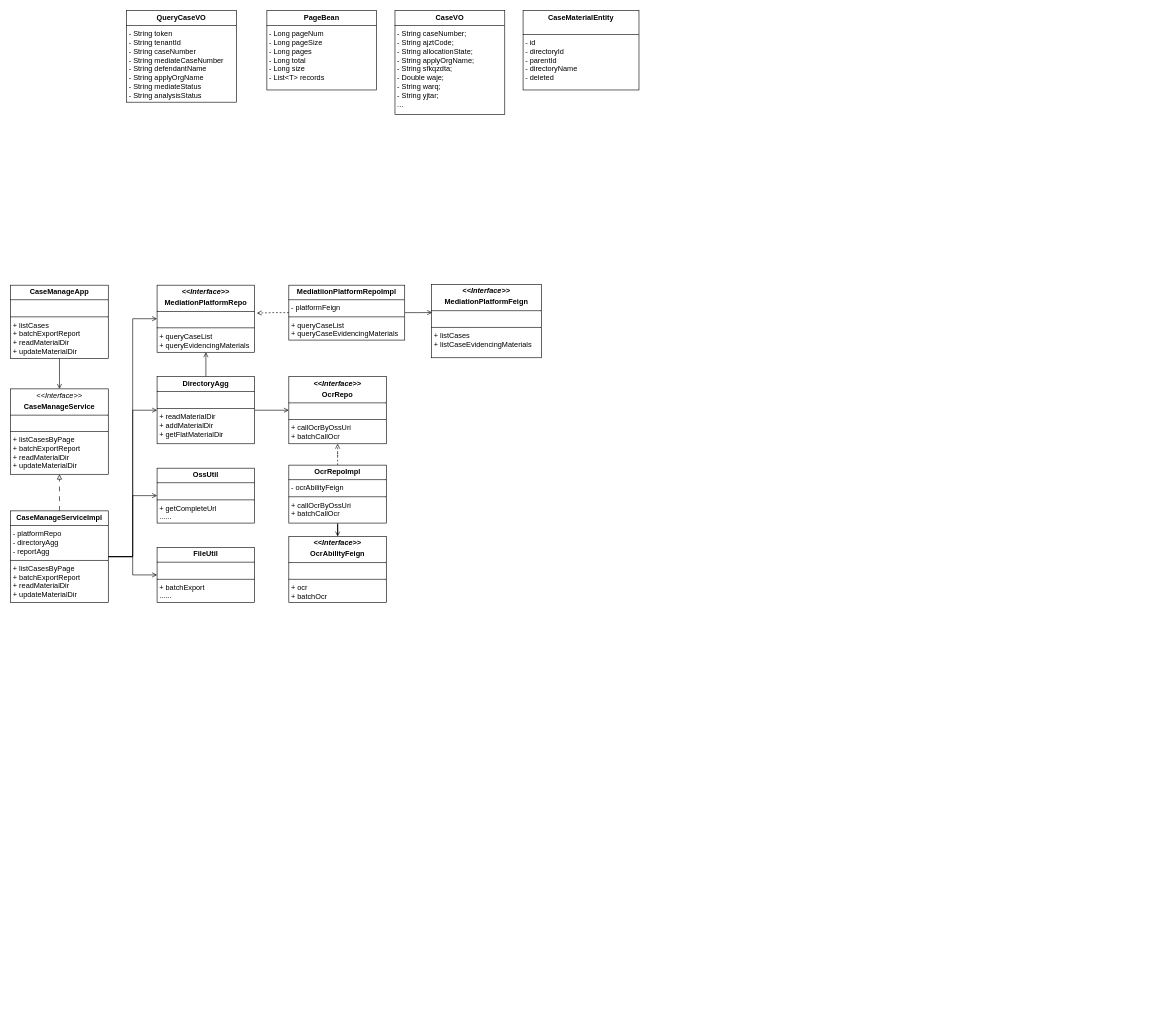
Earlier version of the draw.io diagram 案件管理模块类图.drawio (Lainy0605/graduate). Source tidied: cells renumbered, new cells numbered last; positions are measured from the earlier drawing's top-left corner, leaving out a move shared by most shapes. Both pictures are drawn from the tidied source at 61%, with x=0, y=0 at pixel (10, 10).
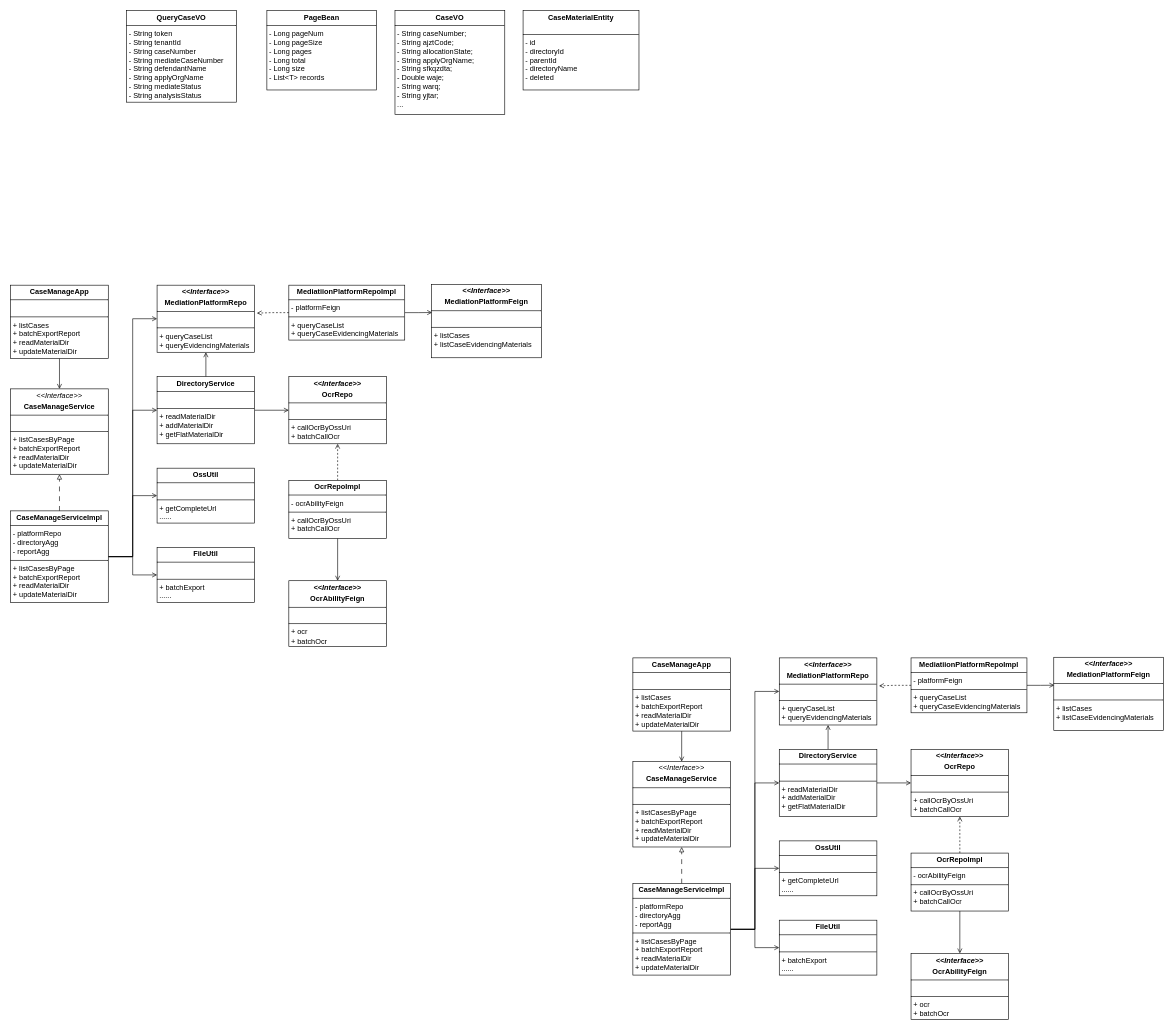
Above is the later version.

Commit message (it also covers changes not shown here):
更新案件管理模块类图.drawio

Diff of the diagram source:
```diff
@@
-    <mxCell id="5" value="&lt;p style=&quot;margin:0px;margin-top:4px;text-align:center;&quot;&gt;&lt;b&gt;DirectoryAgg&lt;/b&gt;&lt;/p&gt;&lt;hr size=&quot;1&quot; style=&quot;border-style:solid;&quot;&gt;&lt;p style=&quot;margin:0px;margin-left:4px;&quot;&gt;&lt;br&gt;&lt;/p&gt;&lt;hr size=&quot;1&quot; style=&quot;border-style:solid;&quot;&gt;&lt;p style=&quot;margin:0px;margin-left:4px;&quot;&gt;+ readMaterialDir&lt;/p&gt;&lt;p style=&quot;margin:0px;margin-left:4px;&quot;&gt;+ addMaterialDir&lt;/p&gt;&lt;p style=&quot;margin:0px;margin-left:4px;&quot;&gt;+ getFlatMaterialDir&lt;/p&gt;" style="verticalAlign=top;align=left;overflow=fill;html=1;whiteSpace=wrap;" parent="1" vertex="1">
+    <mxCell id="5" value="&lt;p style=&quot;margin:0px;margin-top:4px;text-align:center;&quot;&gt;&lt;b&gt;DirectoryService&lt;/b&gt;&lt;/p&gt;&lt;hr size=&quot;1&quot; style=&quot;border-style:solid;&quot;&gt;&lt;p style=&quot;margin:0px;margin-left:4px;&quot;&gt;&lt;br&gt;&lt;/p&gt;&lt;hr size=&quot;1&quot; style=&quot;border-style:solid;&quot;&gt;&lt;p style=&quot;margin:0px;margin-left:4px;&quot;&gt;+ readMaterialDir&lt;/p&gt;&lt;p style=&quot;margin:0px;margin-left:4px;&quot;&gt;+ addMaterialDir&lt;/p&gt;&lt;p style=&quot;margin:0px;margin-left:4px;&quot;&gt;+ getFlatMaterialDir&lt;/p&gt;" style="verticalAlign=top;align=left;overflow=fill;html=1;whiteSpace=wrap;" parent="1" vertex="1">
       <mxGeometry x="240" y="600" width="160" height="110" as="geometry" />
     </mxCell>
@@
     <mxCell id="26" value="&lt;p style=&quot;margin:0px;margin-top:4px;text-align:center;&quot;&gt;&lt;b&gt;&lt;i&gt;&amp;lt;&amp;lt;Interface&amp;gt;&amp;gt;&lt;/i&gt;&lt;/b&gt;&lt;/p&gt;&lt;p style=&quot;margin:0px;margin-top:4px;text-align:center;&quot;&gt;&lt;b style=&quot;background-color: transparent; color: light-dark(rgb(0, 0, 0), rgb(255, 255, 255));&quot;&gt;OcrAbilityFeign&lt;/b&gt;&lt;/p&gt;&lt;hr size=&quot;1&quot; style=&quot;border-style:solid;&quot;&gt;&lt;p style=&quot;margin:0px;margin-left:4px;&quot;&gt;&lt;br&gt;&lt;/p&gt;&lt;hr size=&quot;1&quot; style=&quot;border-style:solid;&quot;&gt;&lt;p style=&quot;margin:0px;margin-left:4px;&quot;&gt;+ ocr&lt;/p&gt;&lt;p style=&quot;margin:0px;margin-left:4px;&quot;&gt;+ batchOcr&lt;/p&gt;" style="verticalAlign=top;align=left;overflow=fill;html=1;whiteSpace=wrap;" parent="1" vertex="1">
-      <mxGeometry x="456" y="862" width="160" height="108" as="geometry" />
+      <mxGeometry x="456" y="934.5" width="160" height="108" as="geometry" />
     </mxCell>
@@
     <mxCell id="29" value="&lt;p style=&quot;margin:0px;margin-top:4px;text-align:center;&quot;&gt;&lt;b style=&quot;background-color: transparent; color: light-dark(rgb(0, 0, 0), rgb(255, 255, 255));&quot;&gt;OcrRepoImpl&lt;/b&gt;&lt;/p&gt;&lt;hr size=&quot;1&quot; style=&quot;border-style:solid;&quot;&gt;&lt;p style=&quot;margin:0px;margin-left:4px;&quot;&gt;- ocrAbilityFeign&lt;/p&gt;&lt;hr size=&quot;1&quot; style=&quot;border-style:solid;&quot;&gt;&lt;p style=&quot;margin:0px;margin-left:4px;&quot;&gt;+ callOcrByOssUri&lt;/p&gt;&lt;p style=&quot;margin:0px;margin-left:4px;&quot;&gt;+ batchCallOcr&lt;/p&gt;" style="verticalAlign=top;align=left;overflow=fill;html=1;whiteSpace=wrap;" parent="1" vertex="1">
-      <mxGeometry x="456" y="745" width="160" height="95" as="geometry" />
+      <mxGeometry x="456" y="770" width="160" height="95" as="geometry" />
     </mxCell>
+    <mxCell id="30" value="&lt;p style=&quot;margin:0px;margin-top:4px;text-align:center;&quot;&gt;&lt;i&gt;&amp;lt;&amp;lt;Interface&amp;gt;&amp;gt;&lt;/i&gt;&lt;b&gt;&lt;/b&gt;&lt;/p&gt;&lt;p style=&quot;margin:0px;margin-top:4px;text-align:center;&quot;&gt;&lt;b&gt;CaseManageService&lt;/b&gt;&lt;/p&gt;&lt;hr size=&quot;1&quot; style=&quot;border-style:solid;&quot;&gt;&lt;p style=&quot;margin:0px;margin-left:4px;&quot;&gt;&lt;br&gt;&lt;/p&gt;&lt;hr size=&quot;1&quot; style=&quot;border-style:solid;&quot;&gt;&lt;p style=&quot;margin:0px;margin-left:4px;&quot;&gt;+ listCasesByPage&lt;/p&gt;&lt;p style=&quot;margin:0px;margin-left:4px;&quot;&gt;+ batchExportReport&lt;/p&gt;&lt;p style=&quot;margin:0px;margin-left:4px;&quot;&gt;+ readMaterialDir&lt;/p&gt;&lt;p style=&quot;margin:0px;margin-left:4px;&quot;&gt;+ updateMaterialDir&lt;/p&gt;" style="verticalAlign=top;align=left;overflow=fill;html=1;whiteSpace=wrap;" parent="1" vertex="1">
+      <mxGeometry x="1020" y="1231" width="160" height="140" as="geometry" />
+    </mxCell>
+    <mxCell id="31" style="edgeStyle=orthogonalEdgeStyle;rounded=0;jettySize=auto;html=1;entryX=0.5;entryY=1;entryDx=0;entryDy=0;endArrow=open;endFill=0;" parent="1" edge="1" source="33" target="46">
+      <mxGeometry relative="1" as="geometry" />
+    </mxCell>
+    <mxCell id="32" style="edgeStyle=orthogonalEdgeStyle;rounded=0;jettySize=auto;html=1;endArrow=open;endFill=0;" parent="1" edge="1" source="33" target="49">
+      <mxGeometry relative="1" as="geometry" />
+    </mxCell>
+    <mxCell id="33" value="&lt;p style=&quot;margin:0px;margin-top:4px;text-align:center;&quot;&gt;&lt;b&gt;DirectoryService&lt;/b&gt;&lt;/p&gt;&lt;hr size=&quot;1&quot; style=&quot;border-style:solid;&quot;&gt;&lt;p style=&quot;margin:0px;margin-left:4px;&quot;&gt;&lt;br&gt;&lt;/p&gt;&lt;hr size=&quot;1&quot; style=&quot;border-style:solid;&quot;&gt;&lt;p style=&quot;margin:0px;margin-left:4px;&quot;&gt;+ readMaterialDir&lt;/p&gt;&lt;p style=&quot;margin:0px;margin-left:4px;&quot;&gt;+ addMaterialDir&lt;/p&gt;&lt;p style=&quot;margin:0px;margin-left:4px;&quot;&gt;+ getFlatMaterialDir&lt;/p&gt;" style="verticalAlign=top;align=left;overflow=fill;html=1;whiteSpace=wrap;" parent="1" vertex="1">
+      <mxGeometry x="1260" y="1211" width="160" height="110" as="geometry" />
+    </mxCell>
+    <mxCell id="34" style="edgeStyle=orthogonalEdgeStyle;rounded=0;jettySize=auto;html=1;endArrow=open;endFill=0;" parent="1" edge="1" source="35" target="30">
+      <mxGeometry relative="1" as="geometry" />
+    </mxCell>
+    <mxCell id="35" value="&lt;p style=&quot;margin:0px;margin-top:4px;text-align:center;&quot;&gt;&lt;b&gt;CaseManageApp&lt;/b&gt;&lt;/p&gt;&lt;hr size=&quot;1&quot; style=&quot;border-style:solid;&quot;&gt;&lt;p style=&quot;margin:0px;margin-left:4px;&quot;&gt;&lt;br&gt;&lt;/p&gt;&lt;hr size=&quot;1&quot; style=&quot;border-style:solid;&quot;&gt;&lt;p style=&quot;margin: 0px 0px 0px 4px;&quot;&gt;+ listCases&lt;/p&gt;&lt;p style=&quot;margin: 0px 0px 0px 4px;&quot;&gt;&lt;span style=&quot;background-color: transparent; color: light-dark(rgb(0, 0, 0), rgb(255, 255, 255));&quot;&gt;+ batchExportReport&lt;/span&gt;&lt;/p&gt;&lt;p style=&quot;margin: 0px 0px 0px 4px;&quot;&gt;+ readMaterialDir&lt;/p&gt;&lt;p style=&quot;margin: 0px 0px 0px 4px;&quot;&gt;+ updateMaterialDir&lt;/p&gt;" style="verticalAlign=top;align=left;overflow=fill;html=1;whiteSpace=wrap;" parent="1" vertex="1">
+      <mxGeometry x="1020" y="1061" width="160" height="120" as="geometry" />
+    </mxCell>
+    <mxCell id="36" style="edgeStyle=orthogonalEdgeStyle;rounded=0;jettySize=auto;html=1;entryX=0.5;entryY=1;entryDx=0;entryDy=0;endArrow=block;endFill=0;dashed=1;dashPattern=8 8;" parent="1" edge="1" source="41" target="30">
+      <mxGeometry relative="1" as="geometry" />
+    </mxCell>
+    <mxCell id="37" style="edgeStyle=orthogonalEdgeStyle;rounded=0;jettySize=auto;html=1;entryX=0;entryY=0.5;entryDx=0;entryDy=0;endArrow=open;endFill=0;" parent="1" edge="1" source="41" target="46">
+      <mxGeometry relative="1" as="geometry" />
+    </mxCell>
+    <mxCell id="38" style="edgeStyle=orthogonalEdgeStyle;rounded=0;jettySize=auto;html=1;entryX=0;entryY=0.5;entryDx=0;entryDy=0;endArrow=open;endFill=0;" parent="1" edge="1" source="41" target="33">
+      <mxGeometry relative="1" as="geometry" />
+    </mxCell>
+    <mxCell id="39" style="edgeStyle=orthogonalEdgeStyle;rounded=0;jettySize=auto;html=1;endArrow=open;endFill=0;" parent="1" edge="1" source="41" target="43">
+      <mxGeometry relative="1" as="geometry" />
+    </mxCell>
+    <mxCell id="40" style="edgeStyle=orthogonalEdgeStyle;rounded=0;jettySize=auto;html=1;entryX=0;entryY=0.5;entryDx=0;entryDy=0;endArrow=open;endFill=0;" parent="1" edge="1" source="41" target="42">
+      <mxGeometry relative="1" as="geometry" />
+    </mxCell>
+    <mxCell id="41" value="&lt;p style=&quot;margin:0px;margin-top:4px;text-align:center;&quot;&gt;&lt;b style=&quot;background-color: transparent; color: light-dark(rgb(0, 0, 0), rgb(255, 255, 255));&quot;&gt;CaseManageServiceImpl&lt;/b&gt;&lt;/p&gt;&lt;hr size=&quot;1&quot; style=&quot;border-style:solid;&quot;&gt;&lt;p style=&quot;margin:0px;margin-left:4px;&quot;&gt;- platformRepo&lt;/p&gt;&lt;p style=&quot;margin:0px;margin-left:4px;&quot;&gt;- directoryAgg&lt;/p&gt;&lt;p style=&quot;margin:0px;margin-left:4px;&quot;&gt;- reportAgg&lt;/p&gt;&lt;hr size=&quot;1&quot; style=&quot;border-style:solid;&quot;&gt;&lt;p style=&quot;margin:0px;margin-left:4px;&quot;&gt;+ listCasesByPage&lt;/p&gt;&lt;p style=&quot;margin:0px;margin-left:4px;&quot;&gt;+ batchExportReport&lt;/p&gt;&lt;p style=&quot;margin:0px;margin-left:4px;&quot;&gt;+ readMaterialDir&lt;/p&gt;&lt;p style=&quot;margin:0px;margin-left:4px;&quot;&gt;+ updateMaterialDir&lt;/p&gt;" style="verticalAlign=top;align=left;overflow=fill;html=1;whiteSpace=wrap;" parent="1" vertex="1">
+      <mxGeometry x="1020" y="1431" width="160" height="150" as="geometry" />
+    </mxCell>
+    <mxCell id="42" value="&lt;p style=&quot;margin:0px;margin-top:4px;text-align:center;&quot;&gt;&lt;b&gt;FileUtil&lt;/b&gt;&lt;/p&gt;&lt;hr size=&quot;1&quot; style=&quot;border-style:solid;&quot;&gt;&lt;p style=&quot;margin:0px;margin-left:4px;&quot;&gt;&lt;br&gt;&lt;/p&gt;&lt;hr size=&quot;1&quot; style=&quot;border-style:solid;&quot;&gt;&lt;p style=&quot;margin:0px;margin-left:4px;&quot;&gt;+ batchExport&lt;/p&gt;&lt;p style=&quot;margin:0px;margin-left:4px;&quot;&gt;......&lt;/p&gt;" style="verticalAlign=top;align=left;overflow=fill;html=1;whiteSpace=wrap;" parent="1" vertex="1">
+      <mxGeometry x="1260" y="1491" width="160" height="90" as="geometry" />
+    </mxCell>
+    <mxCell id="43" value="&lt;p style=&quot;margin:0px;margin-top:4px;text-align:center;&quot;&gt;&lt;b&gt;OssUtil&lt;/b&gt;&lt;/p&gt;&lt;hr size=&quot;1&quot; style=&quot;border-style:solid;&quot;&gt;&lt;p style=&quot;margin:0px;margin-left:4px;&quot;&gt;&lt;br&gt;&lt;/p&gt;&lt;hr size=&quot;1&quot; style=&quot;border-style:solid;&quot;&gt;&lt;p style=&quot;margin:0px;margin-left:4px;&quot;&gt;+ getCompleteUrl&lt;/p&gt;&lt;p style=&quot;margin:0px;margin-left:4px;&quot;&gt;......&lt;/p&gt;" style="verticalAlign=top;align=left;overflow=fill;html=1;whiteSpace=wrap;" parent="1" vertex="1">
+      <mxGeometry x="1260" y="1361" width="160" height="90" as="geometry" />
+    </mxCell>
+    <mxCell id="44" style="edgeStyle=orthogonalEdgeStyle;rounded=0;jettySize=auto;html=1;entryX=0.005;entryY=0.382;entryDx=0;entryDy=0;endArrow=open;endFill=0;entryPerimeter=0;" parent="1" edge="1" source="45" target="48">
+      <mxGeometry relative="1" as="geometry" />
+    </mxCell>
+    <mxCell id="45" value="&lt;p style=&quot;margin:0px;margin-top:4px;text-align:center;&quot;&gt;&lt;b&gt;MediatiionPlatformRepoImpl&lt;/b&gt;&lt;/p&gt;&lt;hr size=&quot;1&quot; style=&quot;border-style:solid;&quot;&gt;&lt;p style=&quot;margin:0px;margin-left:4px;&quot;&gt;- platformFeign&lt;/p&gt;&lt;hr size=&quot;1&quot; style=&quot;border-style:solid;&quot;&gt;&lt;p style=&quot;margin:0px;margin-left:4px;&quot;&gt;+ queryCaseList&lt;/p&gt;&lt;p style=&quot;margin:0px;margin-left:4px;&quot;&gt;+ queryCaseEvidencingMaterials&lt;/p&gt;" style="verticalAlign=top;align=left;overflow=fill;html=1;whiteSpace=wrap;" parent="1" vertex="1">
+      <mxGeometry x="1476" y="1061" width="190" height="90" as="geometry" />
+    </mxCell>
+    <mxCell id="46" value="&lt;p style=&quot;margin:0px;margin-top:4px;text-align:center;&quot;&gt;&lt;b&gt;&lt;i&gt;&amp;lt;&amp;lt;Interface&amp;gt;&amp;gt;&lt;/i&gt;&lt;/b&gt;&lt;/p&gt;&lt;p style=&quot;margin:0px;margin-top:4px;text-align:center;&quot;&gt;&lt;b&gt;MediationPlatformRepo&lt;/b&gt;&lt;/p&gt;&lt;hr size=&quot;1&quot; style=&quot;border-style:solid;&quot;&gt;&lt;p style=&quot;margin:0px;margin-left:4px;&quot;&gt;&lt;br&gt;&lt;/p&gt;&lt;hr size=&quot;1&quot; style=&quot;border-style:solid;&quot;&gt;&lt;p style=&quot;margin:0px;margin-left:4px;&quot;&gt;&lt;span style=&quot;background-color: transparent; color: light-dark(rgb(0, 0, 0), rgb(255, 255, 255));&quot;&gt;+ queryCaseList&lt;/span&gt;&lt;/p&gt;&lt;p style=&quot;margin:0px;margin-left:4px;&quot;&gt;+ queryEvidencingMaterials&lt;/p&gt;" style="verticalAlign=top;align=left;overflow=fill;html=1;whiteSpace=wrap;" parent="1" vertex="1">
+      <mxGeometry x="1260" y="1061" width="160" height="110" as="geometry" />
+    </mxCell>
+    <mxCell id="47" style="edgeStyle=orthogonalEdgeStyle;rounded=0;jettySize=auto;html=1;entryX=1.022;entryY=0.417;entryDx=0;entryDy=0;entryPerimeter=0;endArrow=open;endFill=0;dashed=1;" parent="1" edge="1" source="45" target="46">
+      <mxGeometry relative="1" as="geometry" />
+    </mxCell>
+    <mxCell id="48" value="&lt;p style=&quot;margin:0px;margin-top:4px;text-align:center;&quot;&gt;&lt;b&gt;&lt;i&gt;&amp;lt;&amp;lt;Interface&amp;gt;&amp;gt;&lt;/i&gt;&lt;/b&gt;&lt;/p&gt;&lt;p style=&quot;margin:0px;margin-top:4px;text-align:center;&quot;&gt;&lt;b&gt;MediationPlatformFeign&lt;/b&gt;&lt;/p&gt;&lt;hr size=&quot;1&quot; style=&quot;border-style:solid;&quot;&gt;&lt;p style=&quot;margin:0px;margin-left:4px;&quot;&gt;&lt;br&gt;&lt;/p&gt;&lt;hr size=&quot;1&quot; style=&quot;border-style:solid;&quot;&gt;&lt;p style=&quot;margin:0px;margin-left:4px;&quot;&gt;+ listCases&lt;/p&gt;&lt;p style=&quot;margin:0px;margin-left:4px;&quot;&gt;+ listCaseEvidencingMaterials&lt;/p&gt;&lt;p style=&quot;margin:0px;margin-left:4px;&quot;&gt;&lt;br&gt;&lt;/p&gt;" style="verticalAlign=top;align=left;overflow=fill;html=1;whiteSpace=wrap;" parent="1" vertex="1">
+      <mxGeometry x="1710" y="1060" width="180" height="120" as="geometry" />
+    </mxCell>
+    <mxCell id="49" value="&lt;p style=&quot;margin:0px;margin-top:4px;text-align:center;&quot;&gt;&lt;b&gt;&lt;i&gt;&amp;lt;&amp;lt;Interface&amp;gt;&amp;gt;&lt;/i&gt;&lt;/b&gt;&lt;/p&gt;&lt;p style=&quot;margin:0px;margin-top:4px;text-align:center;&quot;&gt;&lt;b&gt;OcrRepo&lt;/b&gt;&lt;/p&gt;&lt;hr size=&quot;1&quot; style=&quot;border-style:solid;&quot;&gt;&lt;p style=&quot;margin:0px;margin-left:4px;&quot;&gt;&lt;br&gt;&lt;/p&gt;&lt;hr size=&quot;1&quot; style=&quot;border-style:solid;&quot;&gt;&lt;p style=&quot;margin:0px;margin-left:4px;&quot;&gt;+ callOcrByOssUri&lt;/p&gt;&lt;p style=&quot;margin:0px;margin-left:4px;&quot;&gt;+ batchCallOcr&lt;/p&gt;" style="verticalAlign=top;align=left;overflow=fill;html=1;whiteSpace=wrap;" parent="1" vertex="1">
+      <mxGeometry x="1476" y="1211" width="160" height="110" as="geometry" />
+    </mxCell>
+    <mxCell id="50" value="&lt;p style=&quot;margin:0px;margin-top:4px;text-align:center;&quot;&gt;&lt;b&gt;&lt;i&gt;&amp;lt;&amp;lt;Interface&amp;gt;&amp;gt;&lt;/i&gt;&lt;/b&gt;&lt;/p&gt;&lt;p style=&quot;margin:0px;margin-top:4px;text-align:center;&quot;&gt;&lt;b style=&quot;background-color: transparent; color: light-dark(rgb(0, 0, 0), rgb(255, 255, 255));&quot;&gt;OcrAbilityFeign&lt;/b&gt;&lt;/p&gt;&lt;hr size=&quot;1&quot; style=&quot;border-style:solid;&quot;&gt;&lt;p style=&quot;margin:0px;margin-left:4px;&quot;&gt;&lt;br&gt;&lt;/p&gt;&lt;hr size=&quot;1&quot; style=&quot;border-style:solid;&quot;&gt;&lt;p style=&quot;margin:0px;margin-left:4px;&quot;&gt;+ ocr&lt;/p&gt;&lt;p style=&quot;margin:0px;margin-left:4px;&quot;&gt;+ batchOcr&lt;/p&gt;" style="verticalAlign=top;align=left;overflow=fill;html=1;whiteSpace=wrap;" parent="1" vertex="1">
+      <mxGeometry x="1476" y="1545.5" width="160" height="108" as="geometry" />
+    </mxCell>
+    <mxCell id="51" style="edgeStyle=orthogonalEdgeStyle;rounded=0;jettySize=auto;html=1;entryX=0.5;entryY=0;entryDx=0;entryDy=0;endArrow=open;endFill=0;" parent="1" edge="1" source="53" target="50">
+      <mxGeometry relative="1" as="geometry" />
+    </mxCell>
+    <mxCell id="52" style="edgeStyle=orthogonalEdgeStyle;rounded=0;jettySize=auto;html=1;endArrow=open;endFill=0;dashed=1;" parent="1" edge="1" source="53" target="49">
+      <mxGeometry relative="1" as="geometry" />
+    </mxCell>
+    <mxCell id="53" value="&lt;p style=&quot;margin:0px;margin-top:4px;text-align:center;&quot;&gt;&lt;b style=&quot;background-color: transparent; color: light-dark(rgb(0, 0, 0), rgb(255, 255, 255));&quot;&gt;OcrRepoImpl&lt;/b&gt;&lt;/p&gt;&lt;hr size=&quot;1&quot; style=&quot;border-style:solid;&quot;&gt;&lt;p style=&quot;margin:0px;margin-left:4px;&quot;&gt;- ocrAbilityFeign&lt;/p&gt;&lt;hr size=&quot;1&quot; style=&quot;border-style:solid;&quot;&gt;&lt;p style=&quot;margin:0px;margin-left:4px;&quot;&gt;+ callOcrByOssUri&lt;/p&gt;&lt;p style=&quot;margin:0px;margin-left:4px;&quot;&gt;+ batchCallOcr&lt;/p&gt;" style="verticalAlign=top;align=left;overflow=fill;html=1;whiteSpace=wrap;" parent="1" vertex="1">
+      <mxGeometry x="1476" y="1381" width="160" height="95" as="geometry" />
+    </mxCell>
```
